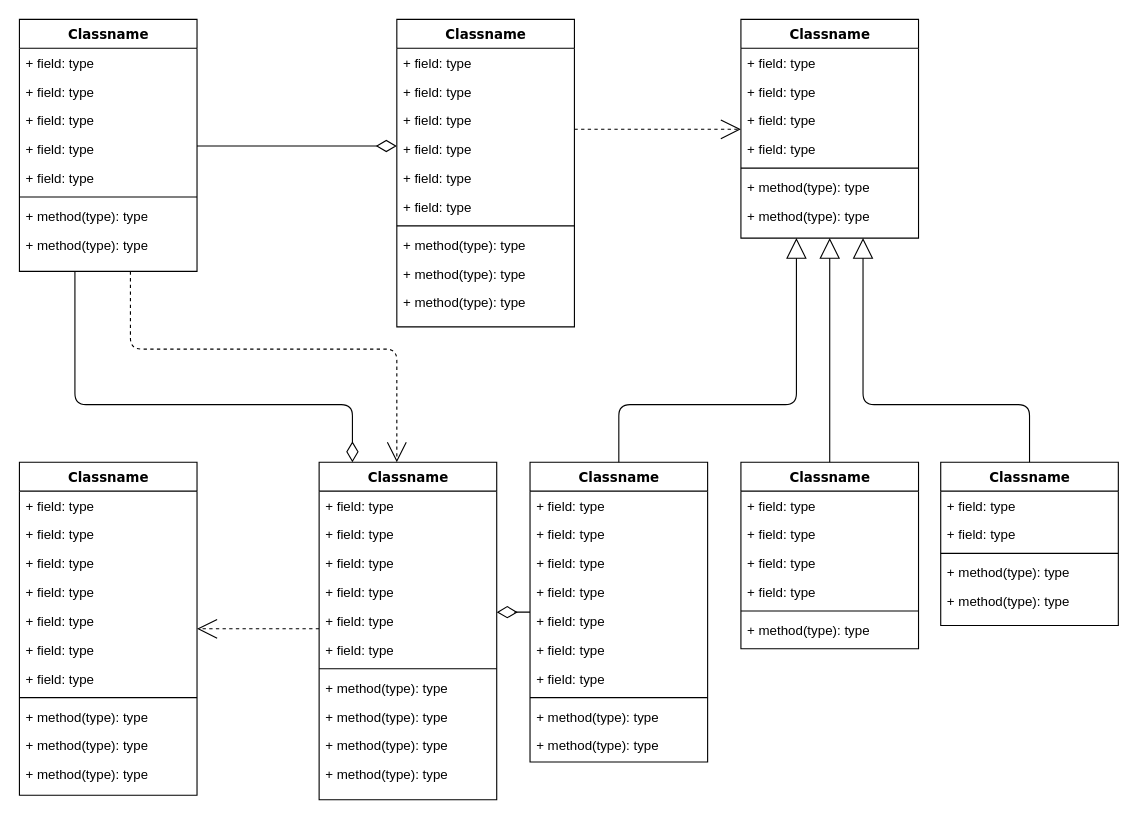
jlifferth/Longetivity_Solutions_practice keeps this draw.io diagram as LS Systems Diagram v3.drawio. Above is the earlier version. Source tidied: cells renumbered, new cells numbered last; positions are measured from the earlier drawing's top-left corner, leaving out a move shared by most shapes. Both pictures are drawn from the tidied source at 111%, with x=0, y=0 at pixel (19, 19).
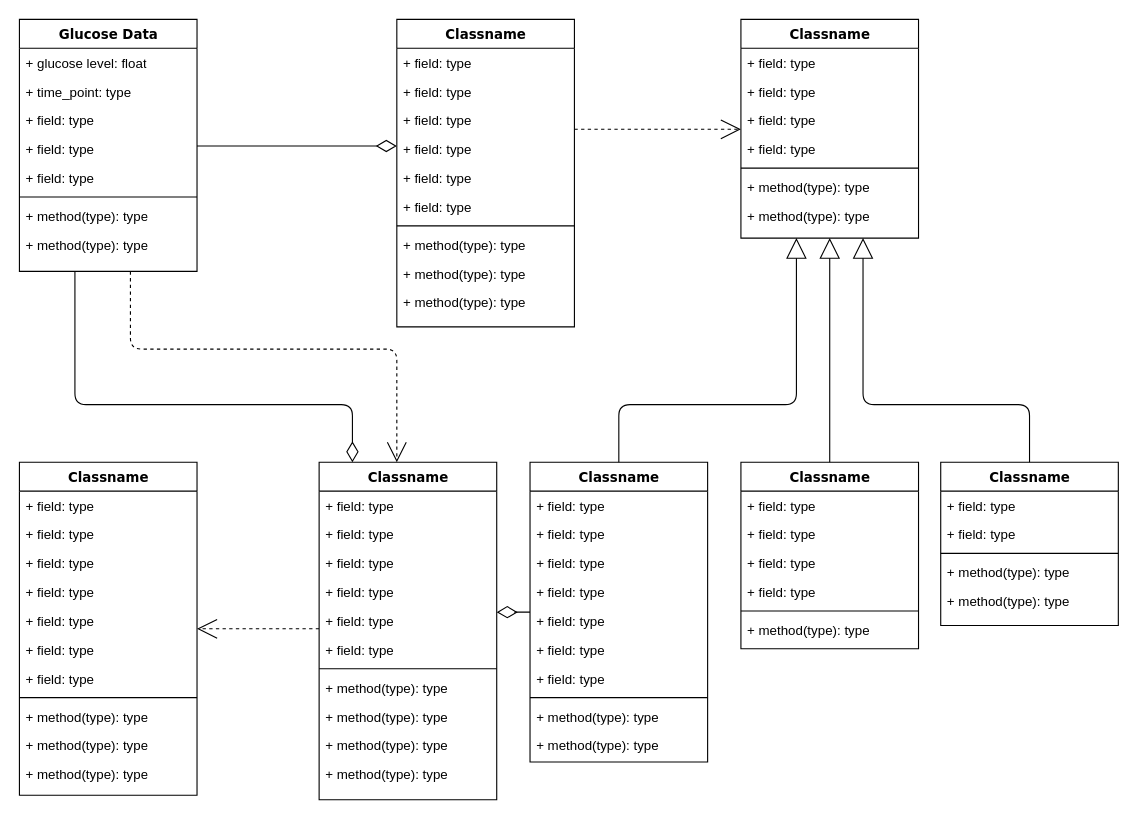
Above is the later version.

Diff of the diagram source:
```diff
@@
-    <mxCell id="4" value="Classname" style="swimlane;html=1;fontStyle=1;align=center;verticalAlign=top;horizontal=1;startSize=26;swimlaneFillColor=#ffffff;rounded=0;shadow=0;comic=0;labelBackgroundColor=none;strokeWidth=1;fillColor=none;fontFamily=Verdana;fontSize=12;" parent="1" vertex="1">
+    <mxCell id="4" value="Glucose Data" style="swimlane;html=1;fontStyle=1;align=center;verticalAlign=top;horizontal=1;startSize=26;swimlaneFillColor=#ffffff;rounded=0;shadow=0;comic=0;labelBackgroundColor=none;strokeWidth=1;fillColor=none;fontFamily=Verdana;fontSize=12;" parent="1" vertex="1">
       <mxGeometry width="160" height="227" as="geometry" />
     </mxCell>
-    <mxCell id="5" value="+ field: type" style="text;html=1;strokeColor=none;fillColor=none;align=left;verticalAlign=top;spacingLeft=4;spacingRight=4;whiteSpace=wrap;overflow=hidden;" parent="4" vertex="1">
+    <mxCell id="5" value="+ glucose level: float" style="text;html=1;strokeColor=none;fillColor=none;align=left;verticalAlign=top;spacingLeft=4;spacingRight=4;whiteSpace=wrap;overflow=hidden;" parent="4" vertex="1">
       <mxGeometry y="26" width="160" height="26" as="geometry" />
     </mxCell>
-    <mxCell id="6" value="+ field: type" style="text;html=1;strokeColor=none;fillColor=none;align=left;verticalAlign=top;spacingLeft=4;spacingRight=4;whiteSpace=wrap;overflow=hidden;" parent="4" vertex="1">
+    <mxCell id="6" value="+ time_point: type" style="text;html=1;strokeColor=none;fillColor=none;align=left;verticalAlign=top;spacingLeft=4;spacingRight=4;whiteSpace=wrap;overflow=hidden;" parent="4" vertex="1">
       <mxGeometry y="52" width="160" height="26" as="geometry" />
     </mxCell>
```
